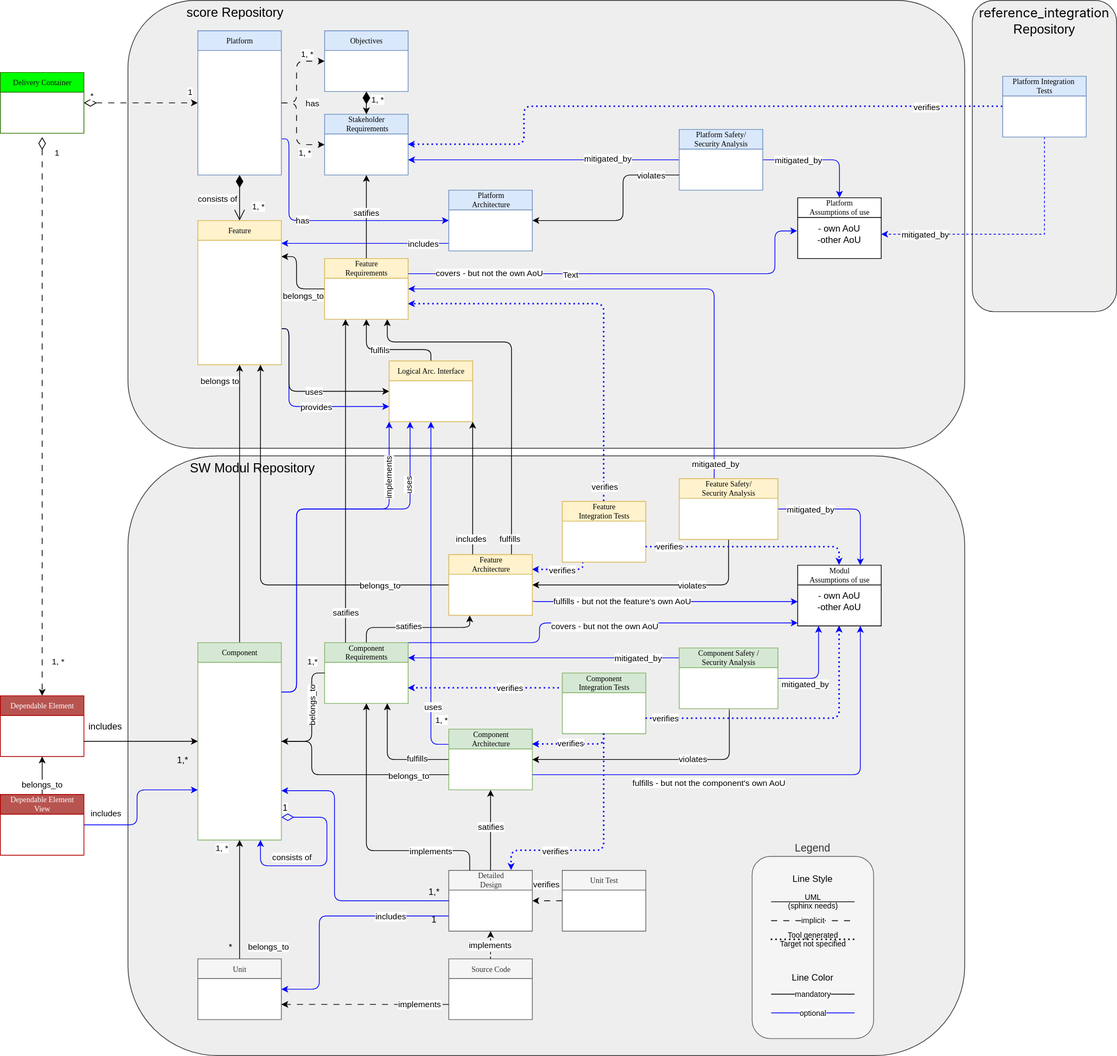
This is docs/design_decisions/_assets/DR-001-proc-new_score_building_blocks_meta_model.drawio.svg from eclipse-score/score, a draw.io export, as it was before one commit. Source tidied: cells renumbered, new cells last; positions are measured from the earlier drawing's top-left corner, leaving out a move shared by most shapes.
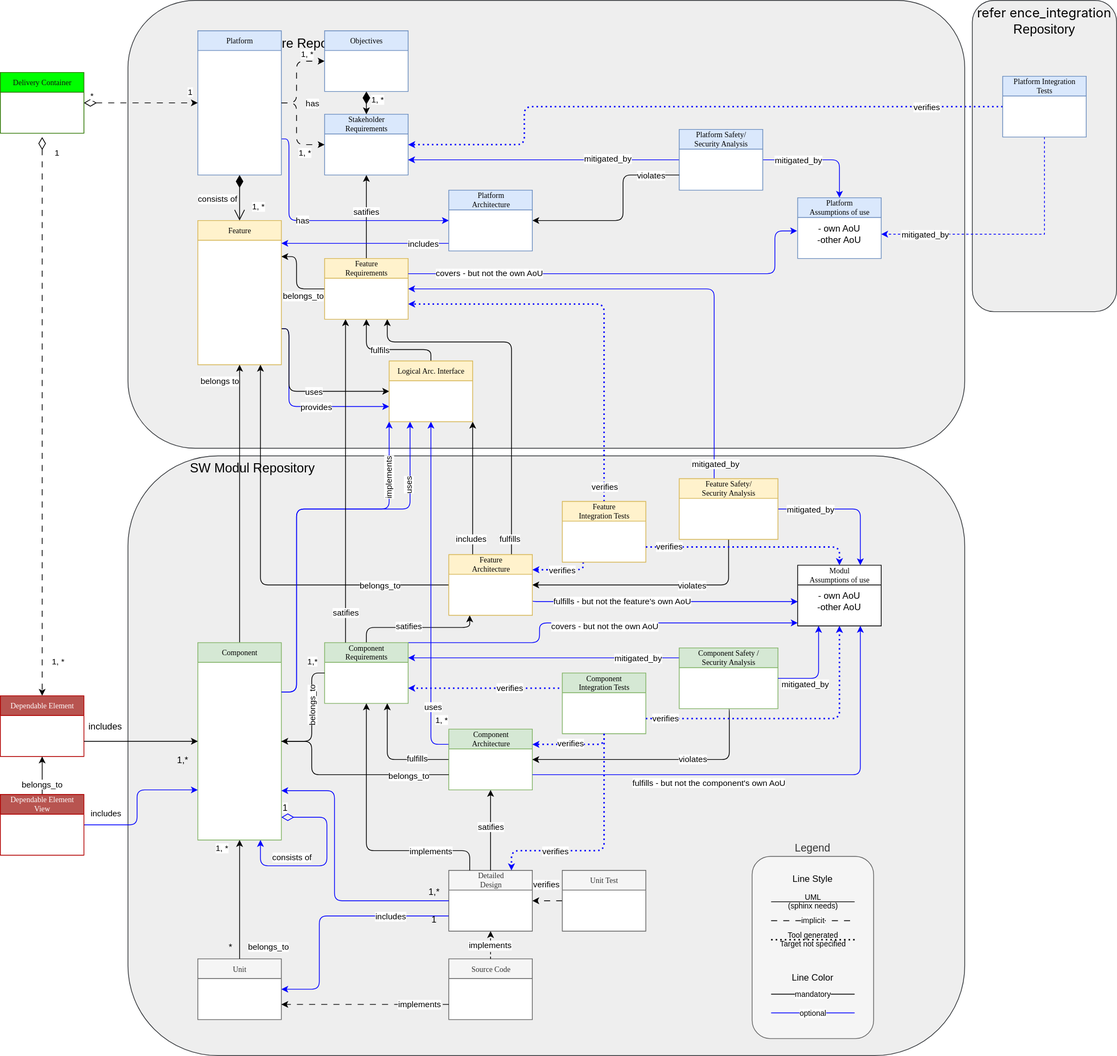
After the change.

Commit message:
process: rework due to review finding

What changed in the source:
```diff
@@ -411,7 +411,7 @@
         <mxPoint y="11" as="offset" />
       </mxGeometry>
     </mxCell>
-    <mxCell id="83" value="Platform&lt;br&gt;Assumptions of use" style="swimlane;html=1;fontStyle=0;horizontal=1;startSize=26;swimlaneFillColor=#ffffff;rounded=0;shadow=0;comic=0;labelBackgroundColor=none;strokeWidth=1;fontFamily=Verdana;fontSize=10;align=center;" parent="1" vertex="1">
+    <mxCell id="83" value="Platform&lt;br&gt;Assumptions of use" style="swimlane;html=1;fontStyle=0;horizontal=1;startSize=26;swimlaneFillColor=#ffffff;rounded=0;shadow=0;comic=0;labelBackgroundColor=none;strokeWidth=1;fontFamily=Verdana;fontSize=10;align=center;fillColor=#dae8fc;strokeColor=#6c8ebf;" parent="1" vertex="1">
       <mxGeometry x="1050" y="260" width="110" height="80" as="geometry" />
     </mxCell>
     <mxCell id="84" value="- own AoU&lt;br&gt;-other AoU" style="text;html=1;strokeColor=none;fillColor=none;align=center;verticalAlign=middle;whiteSpace=wrap;rounded=0;" parent="83" vertex="1">
@@ -772,9 +772,6 @@
         </Array>
       </mxGeometry>
     </mxCell>
-    <mxCell id="158" value="Text" style="edgeLabel;html=1;align=center;verticalAlign=middle;" parent="157" vertex="1">
-      <mxGeometry x="-0.25" y="-1" relative="1" as="geometry" />
-    </mxCell>
     <mxCell id="159" value="&lt;span style=&quot;caret-color: rgb(0, 0, 0);&quot;&gt;covers - but not the own AoU&lt;/span&gt;" style="edgeLabel;html=1;align=center;verticalAlign=middle;" parent="157" vertex="1">
       <mxGeometry x="-0.63" y="1" relative="1" as="geometry" />
     </mxCell>
```
